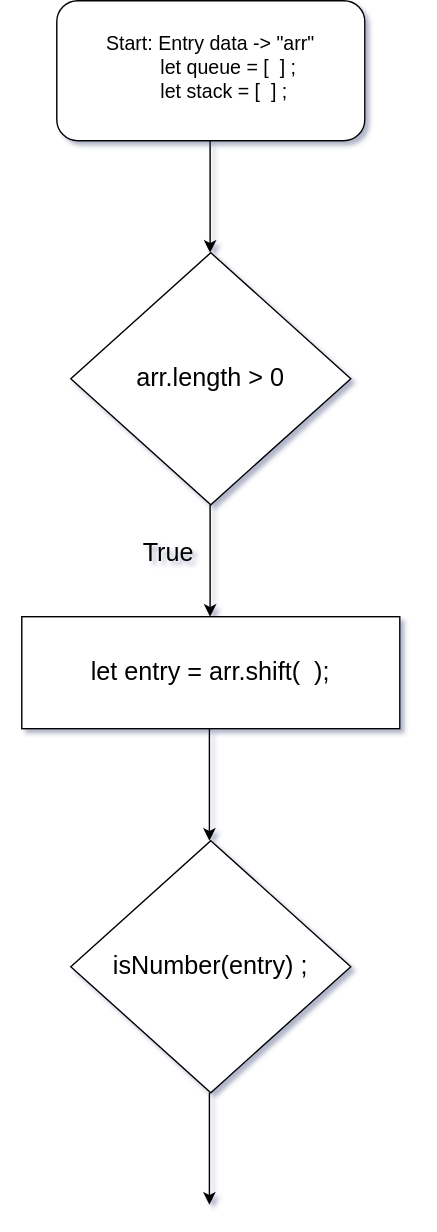
This is Untitled Diagram.drawio.svg from jcgm3205/jcgm3205, a draw.io export, as it was before one commit. Source tidied: cells renumbered, new cells last; positions are measured from the earlier drawing's top-left corner, leaving out a move shared by most shapes.
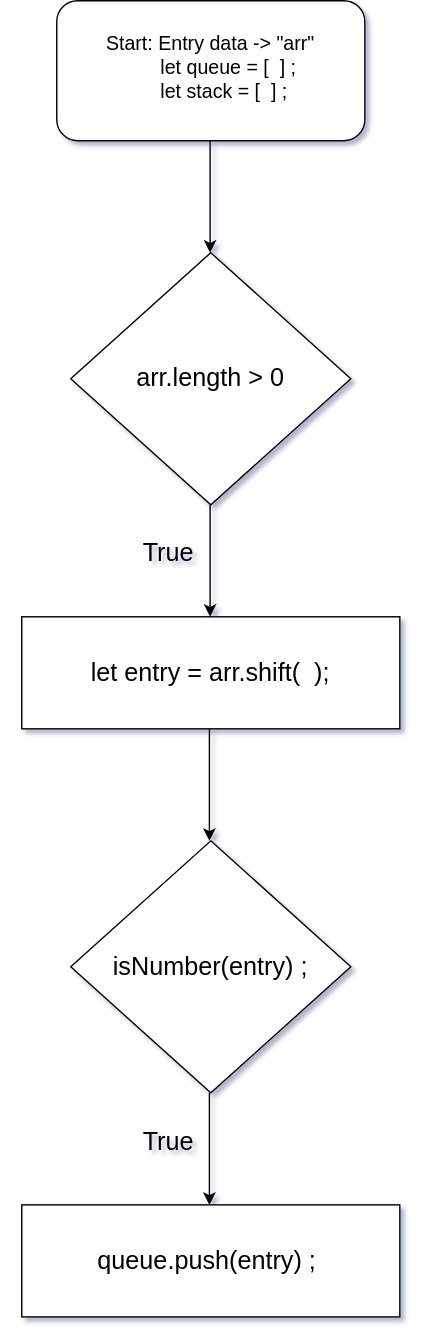
After the change.

Change to the diagram source:
```diff
@@ -53,5 +53,14 @@
         <mxPoint x="149" y="860" as="targetPoint" />
       </mxGeometry>
     </mxCell>
+    <mxCell id="15" value="True" style="text;html=1;strokeColor=none;fillColor=none;align=center;verticalAlign=middle;whiteSpace=wrap;rounded=0;fontSize=18;" parent="1" vertex="1">
+      <mxGeometry x="90" y="800" width="60" height="30" as="geometry" />
+    </mxCell>
+    <mxCell id="16" style="rounded=0;whiteSpace=wrap;html=1;fontSize=18;" parent="1" vertex="1">
+      <mxGeometry x="15" y="860" width="270" height="80" as="geometry" />
+    </mxCell>
+    <mxCell id="17" value="queue.push(entry) ;&amp;nbsp;" style="text;html=1;strokeColor=none;fillColor=none;align=center;verticalAlign=middle;whiteSpace=wrap;rounded=0;fontSize=18;" parent="1" vertex="1">
+      <mxGeometry x="50" y="880" width="200" height="40" as="geometry" />
+    </mxCell>
   </root>
 </mxGraphModel>
```
